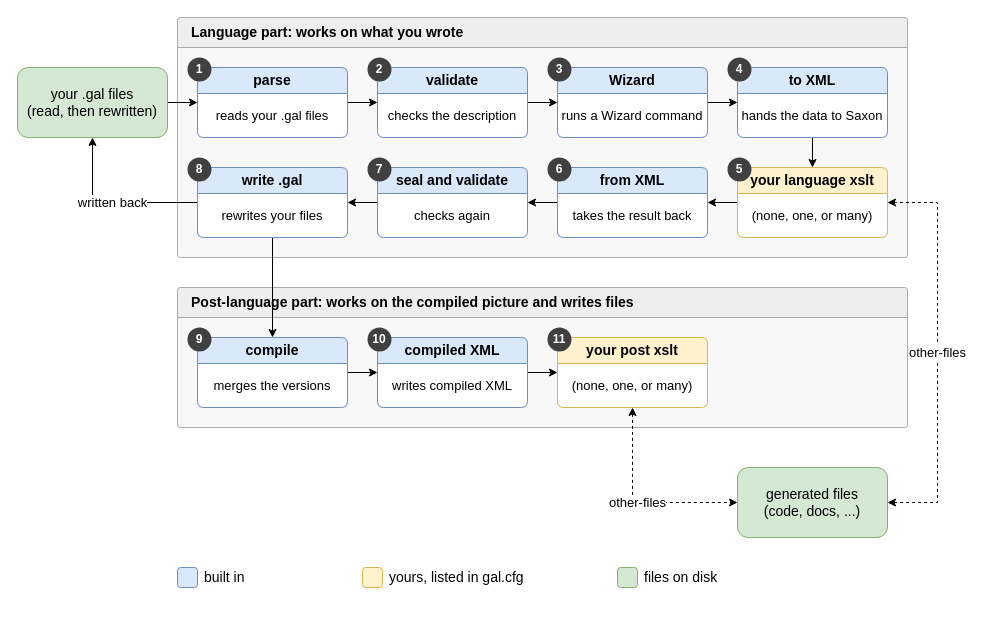
Before: drawio/03_run_pipeline.drawio in goloveshin/galimatron_doc, a draw.io diagram. Source tidied: cells renumbered, new cells numbered last; positions are measured from the earlier drawing's top-left corner, leaving out a move shared by most shapes. Both pictures are drawn from the tidied source at 100%, with x=0, y=0 at pixel (17, 17).
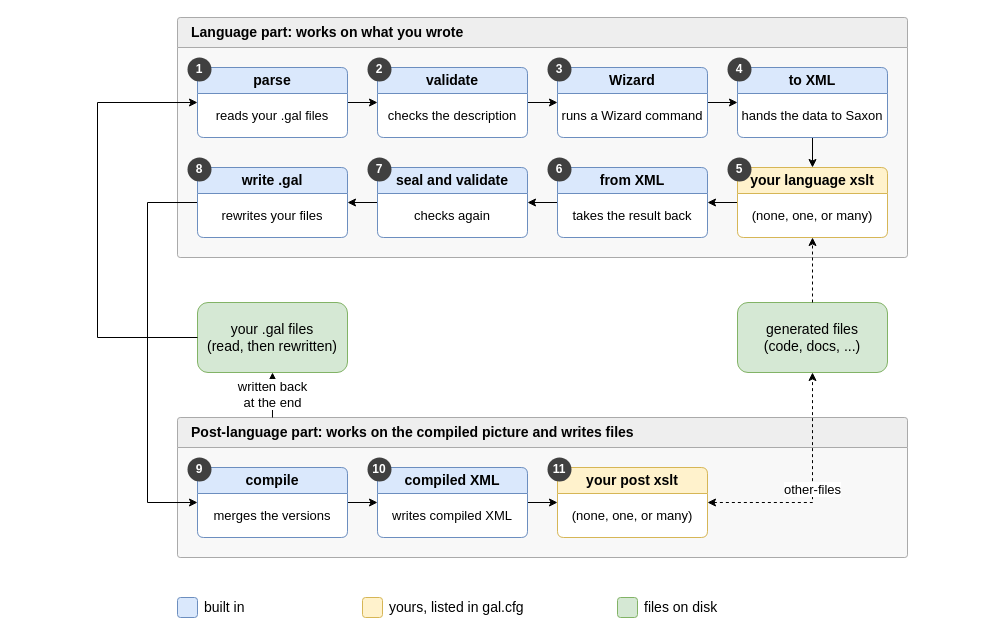
After the change.

The change refers to these unchanged cells:
```xml
<mxCell id="20" value="parse" style="swimlane;whiteSpace=wrap;html=1;rounded=1;arcSize=8;startSize=26;fillColor=#dae8fc;strokeColor=#6c8ebf;swimlaneFillColor=#ffffff;fontStyle=1;fontSize=14;align=center;" parent="1" vertex="1">
  <mxGeometry x="180" y="50" width="150" height="70" as="geometry" />
</mxCell>
<mxCell id="28" value="your language xslt" style="swimlane;whiteSpace=wrap;html=1;rounded=1;arcSize=8;startSize=26;fillColor=#fff2cc;strokeColor=#d6b656;swimlaneFillColor=#ffffff;fontStyle=1;fontSize=14;align=center;" parent="1" vertex="1">
  <mxGeometry x="720" y="150" width="150" height="70" as="geometry" />
</mxCell>
<mxCell id="34" value="write .gal" style="swimlane;whiteSpace=wrap;html=1;rounded=1;arcSize=8;startSize=26;fillColor=#dae8fc;strokeColor=#6c8ebf;swimlaneFillColor=#ffffff;fontStyle=1;fontSize=14;align=center;" parent="1" vertex="1">
  <mxGeometry x="180" y="150" width="150" height="70" as="geometry" />
</mxCell>
```

Diff of the diagram source:
```diff
@@
     <mxCell id="3" value="Post-language part: works on the compiled picture and writes files" style="swimlane;whiteSpace=wrap;html=1;rounded=1;arcSize=3;startSize=30;fillColor=#eeeeee;strokeColor=#aaaaaa;swimlaneFillColor=#f8f8f8;fontStyle=1;fontSize=14;align=left;spacingLeft=12;" parent="1" vertex="1">
-      <mxGeometry x="160" y="270" width="730" height="140" as="geometry" />
+      <mxGeometry x="160" y="400" width="730" height="140" as="geometry" />
     </mxCell>
-    <mxCell id="4" style="endArrow=classic;html=1;labelBackgroundColor=#ffffff;edgeStyle=none;" parent="1" edge="1" source="18" target="20">
-      <mxGeometry relative="1" as="geometry" />
-    </mxCell>
@@
-    <mxCell id="12" style="endArrow=classic;html=1;labelBackgroundColor=#ffffff;edgeStyle=none;" parent="1" edge="1" source="34" target="36">
-      <mxGeometry relative="1" as="geometry" />
-    </mxCell>
@@
-    <mxCell id="15" value="other-files" style="startArrow=classic;endArrow=classic;html=1;labelBackgroundColor=#ffffff;edgeStyle=orthogonalEdgeStyle;rounded=0;dashed=1;fontSize=13;exitX=0.5;exitY=1;exitDx=0;exitDy=0;entryX=0;entryY=0.5;entryDx=0;entryDy=0;" parent="1" edge="1" source="40" target="19">
-      <mxGeometry relative="1" as="geometry" />
-    </mxCell>
-    <mxCell id="16" value="other-files" style="startArrow=classic;endArrow=classic;html=1;labelBackgroundColor=#ffffff;edgeStyle=orthogonalEdgeStyle;rounded=0;dashed=1;fontSize=13;exitX=1;exitY=0.5;exitDx=0;exitDy=0;entryX=1;entryY=0.5;entryDx=0;entryDy=0;" parent="1" edge="1" source="28" target="19">
-      <mxGeometry relative="1" as="geometry">
-        <Array as="points">
-          <mxPoint x="920" y="185" />
-          <mxPoint x="920" y="485" />
-        </Array>
-      </mxGeometry>
-    </mxCell>
-    <mxCell id="17" value="written back" style="edgeStyle=orthogonalEdgeStyle;rounded=0;html=1;endArrow=classic;labelBackgroundColor=#ffffff;fontSize=13;exitX=0;exitY=0.5;exitDx=0;exitDy=0;entryX=0.5;entryY=1;entryDx=0;entryDy=0;" parent="1" edge="1" source="34" target="18">
-      <mxGeometry relative="1" as="geometry" />
-    </mxCell>
     <mxCell id="18" value="your .gal files&lt;br&gt;(read, then rewritten)" style="rounded=1;whiteSpace=wrap;html=1;fillColor=#d5e8d4;strokeColor=#82b366;fontSize=14;" parent="1" vertex="1">
-      <mxGeometry y="50" width="150" height="70" as="geometry" />
+      <mxGeometry x="180" y="285" width="150" height="70" as="geometry" />
     </mxCell>
     <mxCell id="19" value="generated files&lt;br&gt;(code, docs, ...)" style="rounded=1;whiteSpace=wrap;html=1;fillColor=#d5e8d4;strokeColor=#82b366;fontSize=14;" parent="1" vertex="1">
-      <mxGeometry x="720" y="450" width="150" height="70" as="geometry" />
+      <mxGeometry x="720" y="285" width="150" height="70" as="geometry" />
     </mxCell>
+    <mxCell id="16" style="endArrow=classic;html=1;labelBackgroundColor=#ffffff;edgeStyle=none;dashed=1;exitX=0.5;exitY=0;exitDx=0;exitDy=0;entryX=0.5;entryY=1;entryDx=0;entryDy=0;" parent="1" edge="1" source="19" target="28">
+      <mxGeometry relative="1" as="geometry" />
+    </mxCell>
+    <mxCell id="15" value="other-files" style="startArrow=classic;endArrow=classic;html=1;labelBackgroundColor=#ffffff;edgeStyle=orthogonalEdgeStyle;rounded=0;dashed=1;fontSize=13;exitX=1;exitY=0.5;exitDx=0;exitDy=0;entryX=0.5;entryY=1;entryDx=0;entryDy=0;" parent="1" edge="1" source="40" target="19">
+      <mxGeometry relative="1" as="geometry" />
+    </mxCell>
+    <mxCell id="4" style="endArrow=classic;html=1;labelBackgroundColor=#ffffff;edgeStyle=orthogonalEdgeStyle;rounded=0;exitX=0;exitY=0.5;exitDx=0;exitDy=0;entryX=0;entryY=0.5;entryDx=0;entryDy=0;" parent="1" edge="1" source="18" target="20">
+      <mxGeometry relative="1" as="geometry">
+        <Array as="points">
+          <mxPoint x="80" y="320" />
+          <mxPoint x="80" y="85" />
+        </Array>
+      </mxGeometry>
+    </mxCell>
+    <mxCell id="17" value="written back&lt;br&gt;at the end" style="edgeStyle=orthogonalEdgeStyle;rounded=0;html=1;endArrow=classic;labelBackgroundColor=#ffffff;fontSize=13;exitX=0.1301;exitY=0;exitDx=0;exitDy=0;entryX=0.5;entryY=1;entryDx=0;entryDy=0;" parent="1" edge="1" source="3" target="18">
+      <mxGeometry relative="1" as="geometry" />
+    </mxCell>
+    <mxCell id="12" style="endArrow=classic;html=1;labelBackgroundColor=#ffffff;edgeStyle=orthogonalEdgeStyle;rounded=0;exitX=0;exitY=0.5;exitDx=0;exitDy=0;entryX=0;entryY=0.5;entryDx=0;entryDy=0;" parent="1" edge="1" source="34" target="36">
+      <mxGeometry relative="1" as="geometry">
+        <Array as="points">
+          <mxPoint x="130" y="185" />
+          <mxPoint x="130" y="485" />
+        </Array>
+      </mxGeometry>
+    </mxCell>
@@
     <mxCell id="36" value="compile" style="swimlane;whiteSpace=wrap;html=1;rounded=1;arcSize=8;startSize=26;fillColor=#dae8fc;strokeColor=#6c8ebf;swimlaneFillColor=#ffffff;fontStyle=1;fontSize=14;align=center;" parent="1" vertex="1">
-      <mxGeometry x="180" y="320" width="150" height="70" as="geometry" />
+      <mxGeometry x="180" y="450" width="150" height="70" as="geometry" />
     </mxCell>
@@
     <mxCell id="38" value="compiled XML" style="swimlane;whiteSpace=wrap;html=1;rounded=1;arcSize=8;startSize=26;fillColor=#dae8fc;strokeColor=#6c8ebf;swimlaneFillColor=#ffffff;fontStyle=1;fontSize=14;align=center;" parent="1" vertex="1">
-      <mxGeometry x="360" y="320" width="150" height="70" as="geometry" />
+      <mxGeometry x="360" y="450" width="150" height="70" as="geometry" />
     </mxCell>
@@
     <mxCell id="40" value="your post xslt" style="swimlane;whiteSpace=wrap;html=1;rounded=1;arcSize=8;startSize=26;fillColor=#fff2cc;strokeColor=#d6b656;swimlaneFillColor=#ffffff;fontStyle=1;fontSize=14;align=center;" parent="1" vertex="1">
-      <mxGeometry x="540" y="320" width="150" height="70" as="geometry" />
+      <mxGeometry x="540" y="450" width="150" height="70" as="geometry" />
     </mxCell>
@@
     <mxCell id="50" value="9" style="ellipse;whiteSpace=wrap;html=1;fillColor=#404040;strokeColor=none;fontColor=#ffffff;fontStyle=1;fontSize=12;" parent="1" vertex="1">
-      <mxGeometry x="170" y="310" width="24" height="24" as="geometry" />
+      <mxGeometry x="170" y="440" width="24" height="24" as="geometry" />
     </mxCell>
     <mxCell id="51" value="10" style="ellipse;whiteSpace=wrap;html=1;fillColor=#404040;strokeColor=none;fontColor=#ffffff;fontStyle=1;fontSize=12;" parent="1" vertex="1">
-      <mxGeometry x="350" y="310" width="24" height="24" as="geometry" />
+      <mxGeometry x="350" y="440" width="24" height="24" as="geometry" />
     </mxCell>
     <mxCell id="52" value="11" style="ellipse;whiteSpace=wrap;html=1;fillColor=#404040;strokeColor=none;fontColor=#ffffff;fontStyle=1;fontSize=12;" parent="1" vertex="1">
-      <mxGeometry x="530" y="310" width="24" height="24" as="geometry" />
+      <mxGeometry x="530" y="440" width="24" height="24" as="geometry" />
     </mxCell>
     <mxCell id="53" style="rounded=1;whiteSpace=wrap;html=1;fillColor=#dae8fc;strokeColor=#6c8ebf;fontSize=14;" parent="1" vertex="1">
-      <mxGeometry x="160" y="550" width="20" height="20" as="geometry" />
+      <mxGeometry x="160" y="580" width="20" height="20" as="geometry" />
     </mxCell>
     <mxCell id="54" value="built in" style="text;html=1;whiteSpace=wrap;verticalAlign=middle;align=left;fontSize=14;" parent="1" vertex="1">
-      <mxGeometry x="185" y="545" width="150" height="30" as="geometry" />
+      <mxGeometry x="185" y="575" width="150" height="30" as="geometry" />
     </mxCell>
     <mxCell id="55" style="rounded=1;whiteSpace=wrap;html=1;fillColor=#fff2cc;strokeColor=#d6b656;fontSize=14;" parent="1" vertex="1">
-      <mxGeometry x="345" y="550" width="20" height="20" as="geometry" />
+      <mxGeometry x="345" y="580" width="20" height="20" as="geometry" />
     </mxCell>
     <mxCell id="56" value="yours, listed in gal.cfg" style="text;html=1;whiteSpace=wrap;verticalAlign=middle;align=left;fontSize=14;" parent="1" vertex="1">
-      <mxGeometry x="370" y="545" width="200" height="30" as="geometry" />
+      <mxGeometry x="370" y="575" width="200" height="30" as="geometry" />
     </mxCell>
     <mxCell id="57" style="rounded=1;whiteSpace=wrap;html=1;fillColor=#d5e8d4;strokeColor=#82b366;fontSize=14;" parent="1" vertex="1">
-      <mxGeometry x="600" y="550" width="20" height="20" as="geometry" />
+      <mxGeometry x="600" y="580" width="20" height="20" as="geometry" />
     </mxCell>
     <mxCell id="58" value="files on disk" style="text;html=1;whiteSpace=wrap;verticalAlign=middle;align=left;fontSize=14;" parent="1" vertex="1">
-      <mxGeometry x="625" y="545" width="200" height="30" as="geometry" />
+      <mxGeometry x="625" y="575" width="200" height="30" as="geometry" />
     </mxCell>
```
